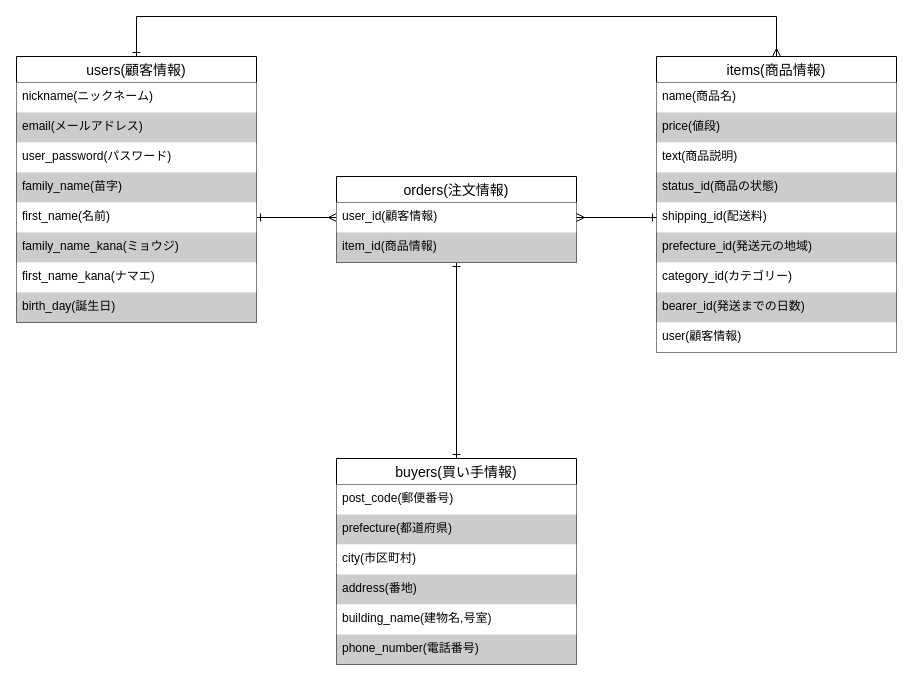
This is app/views/ER.dio from WATARU-IT/furima-31504, a draw.io file, before an edit. Source tidied: cells renumbered, new cells numbered last; positions are measured from the earlier drawing's top-left corner, leaving out a move shared by most shapes. Both pictures are drawn from the tidied source at 100%, with x=0, y=0 at pixel (16, 16).
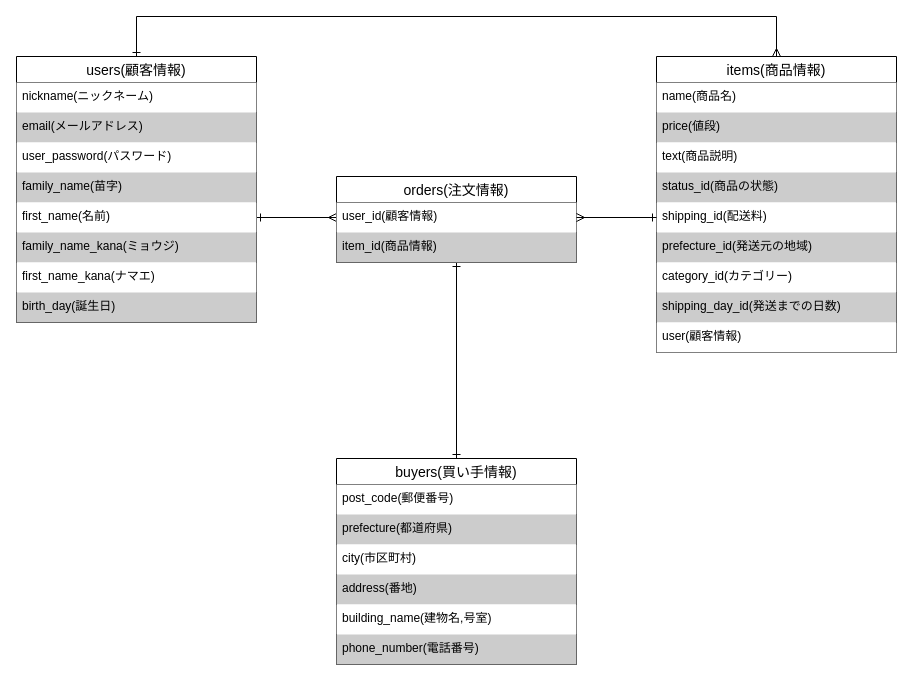
The same page after the edit.

The change refers to these unchanged cells:
```xml
<mxCell id="21" value="items(商品情報)" style="swimlane;fontStyle=0;horizontal=1;startSize=26;align=center;fontSize=14;rounded=0;gradientColor=none;fillColor=#FFFFFF;strokeColor=#000000;fontColor=#000000;" parent="1" vertex="1">
  <mxGeometry x="640" y="40" width="240" height="296" as="geometry" />
</mxCell>
```

The edit, as a diff of the source:
```diff
@@
-    <mxCell id="29" value="bearer_id(発送までの日数)" style="text;strokeColor=none;spacingLeft=4;spacingRight=4;overflow=hidden;fontSize=12;fillColor=#CCCCCC;fontColor=#000000;" parent="21" vertex="1">
+    <mxCell id="29" value="shipping_day_id(発送までの日数)" style="text;strokeColor=none;spacingLeft=4;spacingRight=4;overflow=hidden;fontSize=12;fillColor=#CCCCCC;fontColor=#000000;" parent="21" vertex="1">
       <mxGeometry y="236" width="240" height="30" as="geometry" />
     </mxCell>
```
